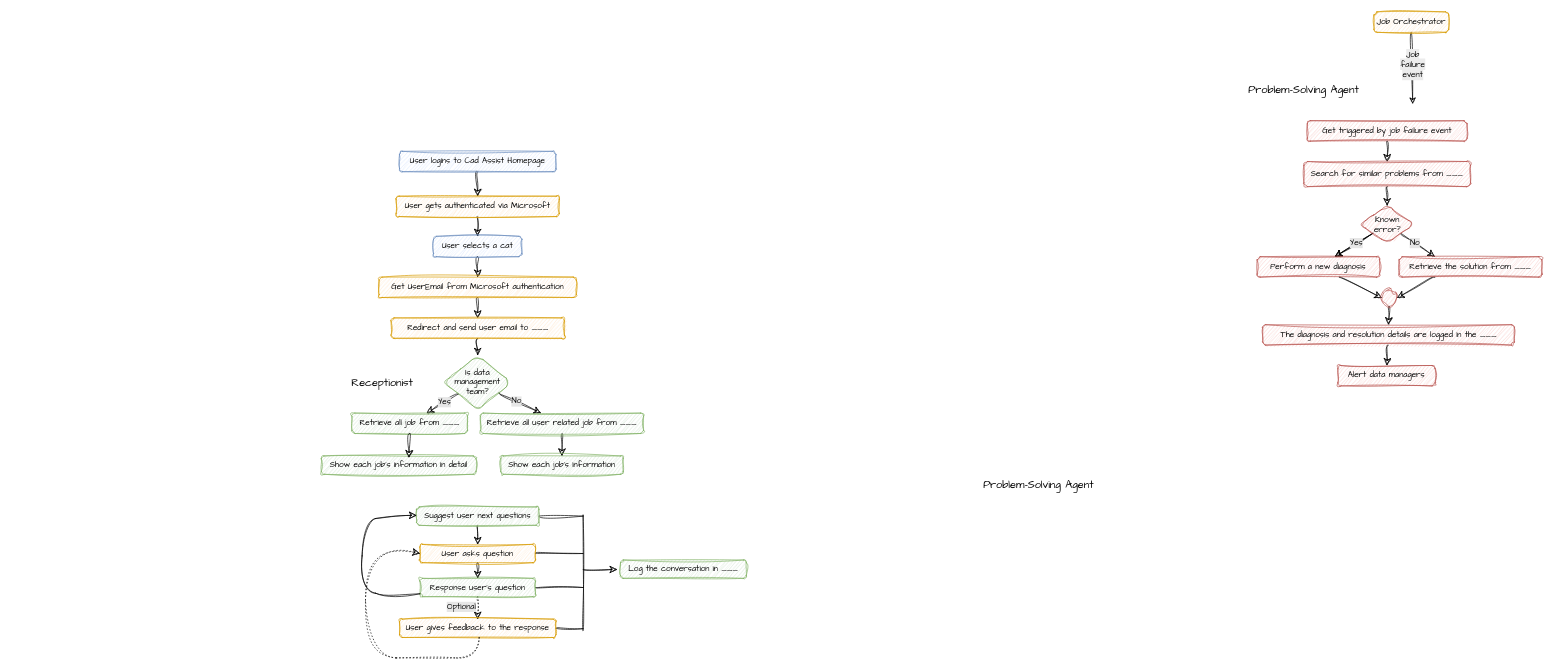
Before: Untitled Diagram.drawio in cadadt63/DM_Cad_Assist, a draw.io diagram. Source tidied: cells renumbered, new cells numbered last; positions are measured from the earlier drawing's top-left corner, leaving out a move shared by most shapes. Both pictures are drawn from the tidied source at 68%, with x=0, y=0 at pixel (321, 12).
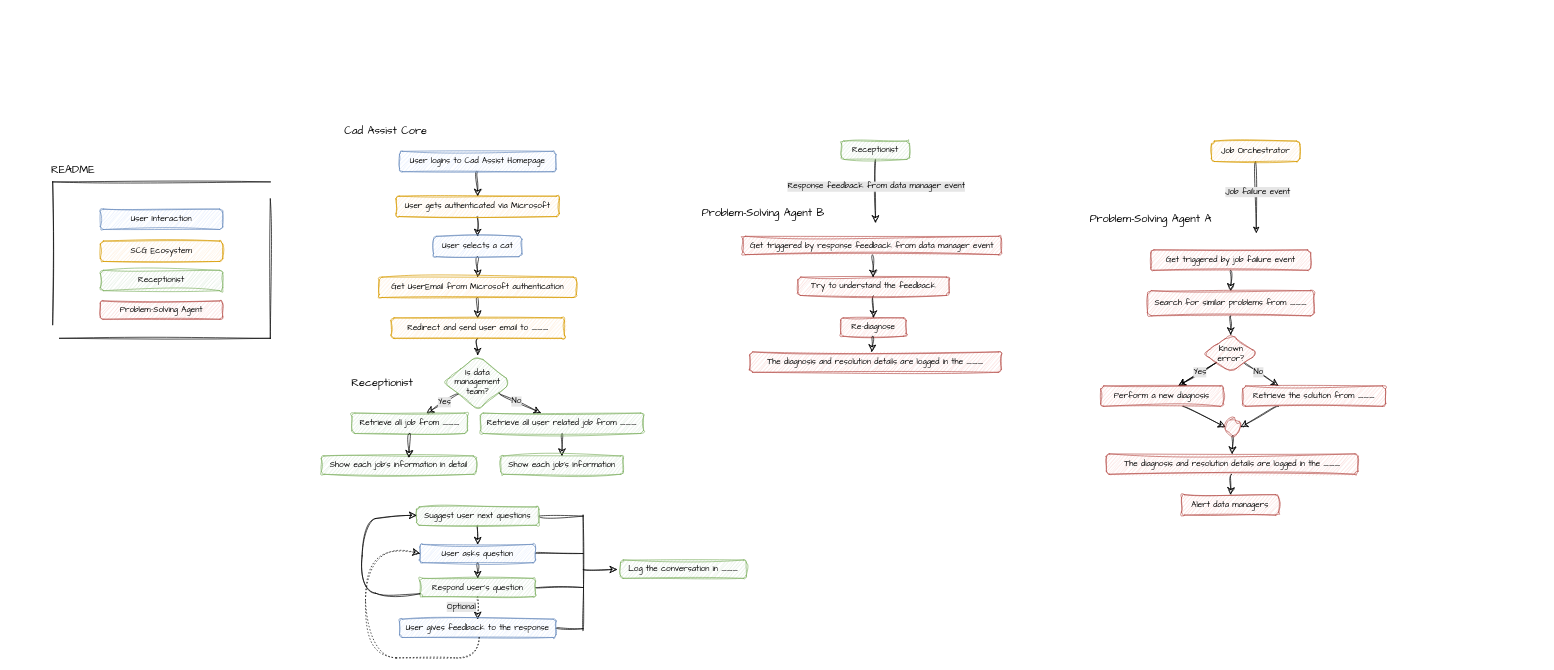
The same diagram, later.

Diff of the diagram source:
```diff
@@
+    <mxCell id="65" style="shape=partialRectangle;whiteSpace=wrap;html=1;bottom=0;right=0;fillColor=none;sketch=1;hachureGap=4;jiggle=2;curveFitting=1;fontFamily=Architects Daughter;" parent="1" vertex="1">
+      <mxGeometry x="-395" y="250" width="320" height="210" as="geometry" />
+    </mxCell>
+    <mxCell id="66" style="shape=partialRectangle;whiteSpace=wrap;html=1;top=0;left=0;fillColor=none;sketch=1;hachureGap=4;jiggle=2;curveFitting=1;fontFamily=Architects Daughter;" parent="1" vertex="1">
+      <mxGeometry x="-385" y="275" width="310" height="205" as="geometry" />
+    </mxCell>
@@
     <mxCell id="12" style="endArrow=classic;html=1;rounded=0;sketch=1;hachureGap=4;jiggle=2;curveFitting=1;fontFamily=Architects Daughter;fontSize=12;curved=1;exitX=0.5;exitY=1;exitDx=0;exitDy=0;flowAnimation=0;" parent="1" edge="1" source="14">
       <mxGeometry relative="1" as="geometry">
-        <mxPoint x="1605" y="135" as="targetPoint" />
+        <mxPoint x="1375" y="325" as="targetPoint" />
       </mxGeometry>
     </mxCell>
-    <mxCell id="13" value="&lt;span style=&quot;text-wrap-mode: wrap; background-color: rgb(236, 236, 236);&quot;&gt;Job failure event&lt;/span&gt;" style="edgeLabel;html=1;align=center;verticalAlign=middle;fontSize=12;sketch=1;hachureGap=4;jiggle=2;curveFitting=1;fontFamily=Architects Daughter;" parent="12" vertex="1">
-      <mxGeometry x="0.08" y="2" relative="1" as="geometry">
-        <mxPoint x="-2" y="-9" as="offset" />
-      </mxGeometry>
+    <mxCell id="13" value="Job failure event" style="edgeLabel;html=1;align=center;verticalAlign=middle;fontSize=12;sketch=1;hachureGap=4;jiggle=2;curveFitting=1;fontFamily=Architects Daughter;labelBackgroundColor=#E6E6E6;" parent="12" vertex="1">
+      <mxGeometry x="-0.14" y="2" relative="1" as="geometry" />
     </mxCell>
     <mxCell id="14" value="Job Orchestrator" style="rounded=1;whiteSpace=wrap;html=1;sketch=1;hachureGap=4;jiggle=2;curveFitting=1;fontFamily=Architects Daughter;fillColor=#ffe6cc;strokeColor=#d79b00;" parent="1" vertex="1">
-      <mxGeometry x="1548" width="110" height="30" as="geometry" />
+      <mxGeometry x="1309" y="190" width="130" height="30" as="geometry" />
     </mxCell>
-    <mxCell id="15" value="Problem-Solving Agent" style="text;html=1;whiteSpace=wrap;strokeColor=none;fillColor=none;align=center;verticalAlign=middle;rounded=0;fontSize=16;fontFamily=Architects Daughter;" parent="1" vertex="1">
-      <mxGeometry x="1355" y="100" width="180" height="30" as="geometry" />
+    <mxCell id="15" value="Problem-Solving Agent A" style="text;html=1;whiteSpace=wrap;strokeColor=none;fillColor=none;align=center;verticalAlign=middle;rounded=0;fontSize=16;fontFamily=Architects Daughter;" parent="1" vertex="1">
+      <mxGeometry x="1125" y="290" width="190" height="30" as="geometry" />
     </mxCell>
@@
     <mxCell id="17" value="Get triggered by job failure event" style="rounded=1;whiteSpace=wrap;html=1;sketch=1;hachureGap=4;jiggle=2;curveFitting=1;fontFamily=Architects Daughter;fillColor=#f8cecc;strokeColor=#b85450;" parent="1" vertex="1">
-      <mxGeometry x="1450" y="160" width="235" height="30" as="geometry" />
+      <mxGeometry x="1220" y="350" width="235" height="30" as="geometry" />
     </mxCell>
@@
     <mxCell id="19" value="Search for similar problems from ___" style="rounded=1;whiteSpace=wrap;html=1;sketch=1;hachureGap=4;jiggle=2;curveFitting=1;fontFamily=Architects Daughter;fillColor=#f8cecc;strokeColor=#b85450;" parent="1" vertex="1">
-      <mxGeometry x="1445" y="220" width="245" height="37" as="geometry" />
+      <mxGeometry x="1215" y="410" width="245" height="37" as="geometry" />
     </mxCell>
@@
     <mxCell id="25" value="Known error?" style="rhombus;whiteSpace=wrap;html=1;fontFamily=Architects Daughter;fillColor=#f8cecc;strokeColor=#b85450;rounded=1;sketch=1;hachureGap=4;jiggle=2;curveFitting=1;" parent="1" vertex="1">
-      <mxGeometry x="1527.5" y="285" width="80" height="55" as="geometry" />
+      <mxGeometry x="1297.5" y="475" width="80" height="55" as="geometry" />
     </mxCell>
@@
     <mxCell id="27" value="Perform a new diagnosis" style="whiteSpace=wrap;html=1;fontFamily=Architects Daughter;fillColor=#f8cecc;strokeColor=#b85450;rounded=1;sketch=1;hachureGap=4;jiggle=2;curveFitting=1;" parent="1" vertex="1">
-      <mxGeometry x="1376.2" y="360" width="180" height="30" as="geometry" />
+      <mxGeometry x="1146.2" y="550" width="180" height="30" as="geometry" />
     </mxCell>
@@
     <mxCell id="29" value="Retrieve the solution from ___" style="whiteSpace=wrap;html=1;fontFamily=Architects Daughter;fillColor=#f8cecc;strokeColor=#b85450;rounded=1;sketch=1;hachureGap=4;jiggle=2;curveFitting=1;" parent="1" vertex="1">
-      <mxGeometry x="1585" y="360" width="210" height="30" as="geometry" />
+      <mxGeometry x="1355" y="550" width="210" height="30" as="geometry" />
     </mxCell>
@@
     <mxCell id="31" value="&lt;span style=&quot;text-align: left;&quot;&gt;The diagnosis and resolution details are logged in the ___&lt;/span&gt;" style="whiteSpace=wrap;html=1;fontFamily=Architects Daughter;fillColor=#f8cecc;strokeColor=#b85450;rounded=1;sketch=1;hachureGap=4;jiggle=2;curveFitting=1;" parent="1" vertex="1">
-      <mxGeometry x="1384.5" y="460" width="370" height="30" as="geometry" />
+      <mxGeometry x="1154.5" y="650" width="370" height="30" as="geometry" />
     </mxCell>
@@
     <mxCell id="33" style="ellipse;whiteSpace=wrap;html=1;fontFamily=Architects Daughter;fillColor=#f8cecc;strokeColor=#b85450;rounded=1;sketch=1;hachureGap=4;jiggle=2;curveFitting=1;" parent="1" vertex="1">
-      <mxGeometry x="1559.5" y="408" width="22.5" height="25" as="geometry" />
+      <mxGeometry x="1329.5" y="598" width="22.5" height="25" as="geometry" />
     </mxCell>
@@
-    <mxCell id="51" value="User asks question" style="whiteSpace=wrap;html=1;fontFamily=Architects Daughter;fillColor=#ffe6cc;strokeColor=#d79b00;rounded=1;sketch=1;hachureGap=4;jiggle=2;curveFitting=1;" parent="1" vertex="1">
+    <mxCell id="51" value="User asks question" style="whiteSpace=wrap;html=1;fontFamily=Architects Daughter;fillColor=#dae8fc;strokeColor=#6c8ebf;rounded=1;sketch=1;hachureGap=4;jiggle=2;curveFitting=1;" parent="1" vertex="1">
       <mxGeometry x="145" y="783" width="170" height="27" as="geometry" />
     </mxCell>
@@
-    <mxCell id="55" value="Response user's question" style="whiteSpace=wrap;html=1;fontFamily=Architects Daughter;fillColor=#d5e8d4;strokeColor=#82b366;rounded=1;sketch=1;hachureGap=4;jiggle=2;curveFitting=1;" parent="1" vertex="1">
+    <mxCell id="55" value="Respond user's question" style="whiteSpace=wrap;html=1;fontFamily=Architects Daughter;fillColor=#d5e8d4;strokeColor=#82b366;rounded=1;sketch=1;hachureGap=4;jiggle=2;curveFitting=1;" parent="1" vertex="1">
       <mxGeometry x="145" y="833" width="170" height="27" as="geometry" />
     </mxCell>
@@
-    <mxCell id="57" value="User gives feedback to the response" style="whiteSpace=wrap;html=1;fontFamily=Architects Daughter;fillColor=#ffe6cc;strokeColor=#d79b00;rounded=1;sketch=1;hachureGap=4;jiggle=2;curveFitting=1;" parent="1" vertex="1">
+    <mxCell id="57" value="User gives feedback to the response" style="whiteSpace=wrap;html=1;fontFamily=Architects Daughter;fillColor=#dae8fc;strokeColor=#6c8ebf;rounded=1;sketch=1;hachureGap=4;jiggle=2;curveFitting=1;" parent="1" vertex="1">
       <mxGeometry x="115" y="893" width="230" height="27" as="geometry" />
     </mxCell>
     <mxCell id="58" value="Alert data managers" style="whiteSpace=wrap;html=1;fontFamily=Architects Daughter;fillColor=#f8cecc;strokeColor=#b85450;rounded=1;sketch=1;hachureGap=4;jiggle=2;curveFitting=1;" parent="1" vertex="1">
-      <mxGeometry x="1495" y="520" width="142.9" height="30" as="geometry" />
+      <mxGeometry x="1265" y="710" width="142.9" height="30" as="geometry" />
     </mxCell>
@@
-    <mxCell id="64" value="Problem-Solving Agent" style="text;html=1;whiteSpace=wrap;strokeColor=none;fillColor=none;align=center;verticalAlign=middle;rounded=0;fontSize=16;fontFamily=Architects Daughter;" parent="1" vertex="1">
-      <mxGeometry x="965" y="680" width="180" height="30" as="geometry" />
+    <mxCell id="64" value="Problem-Solving Agent B" style="text;html=1;whiteSpace=wrap;strokeColor=none;fillColor=none;align=center;verticalAlign=middle;rounded=0;fontSize=16;fontFamily=Architects Daughter;" parent="1" vertex="1">
+      <mxGeometry x="555" y="280" width="190" height="30" as="geometry" />
     </mxCell>
+    <mxCell id="67" style="edgeStyle=none;curved=1;rounded=0;sketch=1;hachureGap=4;jiggle=2;curveFitting=1;jettySize=auto;html=1;fontFamily=Architects Daughter;fontSize=12;startSize=8;endSize=8;entryX=0.5;entryY=0;entryDx=0;entryDy=0;" parent="1" edge="1" source="68" target="74">
+      <mxGeometry relative="1" as="geometry" />
+    </mxCell>
+    <mxCell id="68" value="Try to understand the feedback" style="whiteSpace=wrap;html=1;fontFamily=Architects Daughter;fillColor=#f8cecc;strokeColor=#b85450;rounded=1;sketch=1;hachureGap=4;jiggle=2;curveFitting=1;" parent="1" vertex="1">
+      <mxGeometry x="700.8" y="390" width="222.5" height="27" as="geometry" />
+    </mxCell>
+    <mxCell id="69" style="edgeStyle=none;curved=1;rounded=0;sketch=1;hachureGap=4;jiggle=2;curveFitting=1;jettySize=auto;html=1;fontFamily=Architects Daughter;fontSize=12;startSize=8;endSize=8;" parent="1" edge="1" source="70" target="68">
+      <mxGeometry relative="1" as="geometry" />
+    </mxCell>
+    <mxCell id="70" value="Get triggered by response feedback from data manager event" style="whiteSpace=wrap;html=1;fontFamily=Architects Daughter;fillColor=#f8cecc;strokeColor=#b85450;rounded=1;sketch=1;hachureGap=4;jiggle=2;curveFitting=1;" parent="1" vertex="1">
+      <mxGeometry x="620" y="330" width="380" height="27" as="geometry" />
+    </mxCell>
+    <mxCell id="71" style="edgeStyle=none;curved=1;rounded=0;sketch=1;hachureGap=4;jiggle=2;curveFitting=1;jettySize=auto;html=1;fontFamily=Architects Daughter;fontSize=12;startSize=8;endSize=8;" parent="1" edge="1" source="73">
+      <mxGeometry relative="1" as="geometry">
+        <mxPoint x="815" y="310" as="targetPoint" />
+      </mxGeometry>
+    </mxCell>
+    <mxCell id="72" value="Response feedback from data manager event" style="edgeLabel;html=1;align=center;verticalAlign=middle;fontSize=12;sketch=1;hachureGap=4;jiggle=2;curveFitting=1;fontFamily=Architects Daughter;labelBackgroundColor=#E6E6E6;" parent="71" vertex="1">
+      <mxGeometry x="-0.16" relative="1" as="geometry" />
+    </mxCell>
+    <mxCell id="73" value="Receptionist" style="whiteSpace=wrap;html=1;fontFamily=Architects Daughter;fillColor=#d5e8d4;strokeColor=#82b366;rounded=1;sketch=1;hachureGap=4;jiggle=2;curveFitting=1;" parent="1" vertex="1">
+      <mxGeometry x="765" y="190" width="100" height="27" as="geometry" />
+    </mxCell>
+    <mxCell id="74" value="Re-diagnose" style="whiteSpace=wrap;html=1;fontFamily=Architects Daughter;fillColor=#f8cecc;strokeColor=#b85450;rounded=1;sketch=1;hachureGap=4;jiggle=2;curveFitting=1;" parent="1" vertex="1">
+      <mxGeometry x="763.9" y="450" width="96.2" height="27" as="geometry" />
+    </mxCell>
+    <mxCell id="75" value="&lt;span style=&quot;text-align: left;&quot;&gt;The diagnosis and resolution details are logged in the ___&lt;/span&gt;" style="whiteSpace=wrap;html=1;fontFamily=Architects Daughter;fillColor=#f8cecc;strokeColor=#b85450;rounded=1;sketch=1;hachureGap=4;jiggle=2;curveFitting=1;" parent="1" vertex="1">
+      <mxGeometry x="630" y="500" width="370" height="30" as="geometry" />
+    </mxCell>
+    <mxCell id="76" style="edgeStyle=none;curved=1;rounded=0;sketch=1;hachureGap=4;jiggle=2;curveFitting=1;jettySize=auto;html=1;entryX=0.485;entryY=0.002;entryDx=0;entryDy=0;entryPerimeter=0;fontFamily=Architects Daughter;fontSize=12;startSize=8;endSize=8;" parent="1" edge="1" source="74" target="75">
+      <mxGeometry relative="1" as="geometry" />
+    </mxCell>
+    <mxCell id="77" value="Cad Assist Core" style="text;html=1;whiteSpace=wrap;strokeColor=none;fillColor=none;align=center;verticalAlign=middle;rounded=0;fontSize=16;fontFamily=Architects Daughter;" parent="1" vertex="1">
+      <mxGeometry x="5" y="160" width="180" height="30" as="geometry" />
+    </mxCell>
+    <mxCell id="78" value="SCG Ecosystem" style="rounded=1;whiteSpace=wrap;html=1;sketch=1;hachureGap=4;jiggle=2;curveFitting=1;fontFamily=Architects Daughter;fillColor=#ffe6cc;strokeColor=#d79b00;" parent="1" vertex="1">
+      <mxGeometry x="-325" y="337" width="180" height="30" as="geometry" />
+    </mxCell>
+    <mxCell id="79" value="User Interaction" style="rounded=1;whiteSpace=wrap;html=1;sketch=1;hachureGap=4;jiggle=2;curveFitting=1;fontFamily=Architects Daughter;fillColor=#dae8fc;strokeColor=#6c8ebf;" parent="1" vertex="1">
+      <mxGeometry x="-325" y="290" width="180" height="30" as="geometry" />
+    </mxCell>
+    <mxCell id="80" value="Receptionist" style="whiteSpace=wrap;html=1;fontFamily=Architects Daughter;fillColor=#d5e8d4;strokeColor=#82b366;rounded=1;sketch=1;hachureGap=4;jiggle=2;curveFitting=1;" parent="1" vertex="1">
+      <mxGeometry x="-325" y="380" width="180" height="30" as="geometry" />
+    </mxCell>
+    <mxCell id="81" value="Problem-Solving Agent" style="whiteSpace=wrap;html=1;fontFamily=Architects Daughter;fillColor=#f8cecc;strokeColor=#b85450;rounded=1;sketch=1;hachureGap=4;jiggle=2;curveFitting=1;" parent="1" vertex="1">
+      <mxGeometry x="-325" y="425" width="180" height="27" as="geometry" />
+    </mxCell>
+    <mxCell id="82" value="README" style="text;html=1;whiteSpace=wrap;strokeColor=none;fillColor=none;align=center;verticalAlign=middle;rounded=0;fontSize=16;fontFamily=Architects Daughter;" parent="1" vertex="1">
+      <mxGeometry x="-455" y="217" width="180" height="30" as="geometry" />
+    </mxCell>
```
